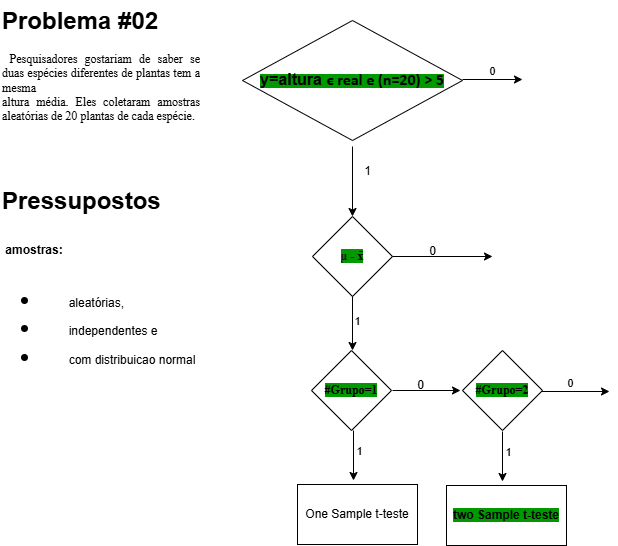
The draw.io diagram diagrams/Untitled Diagram.drawio.png in stick35em10/Exemplos_para_os_Testes_de_Hip-teses, before a commit. Source tidied: cells renumbered, new cells last; positions are measured from the earlier drawing's top-left corner, leaving out a move shared by most shapes.
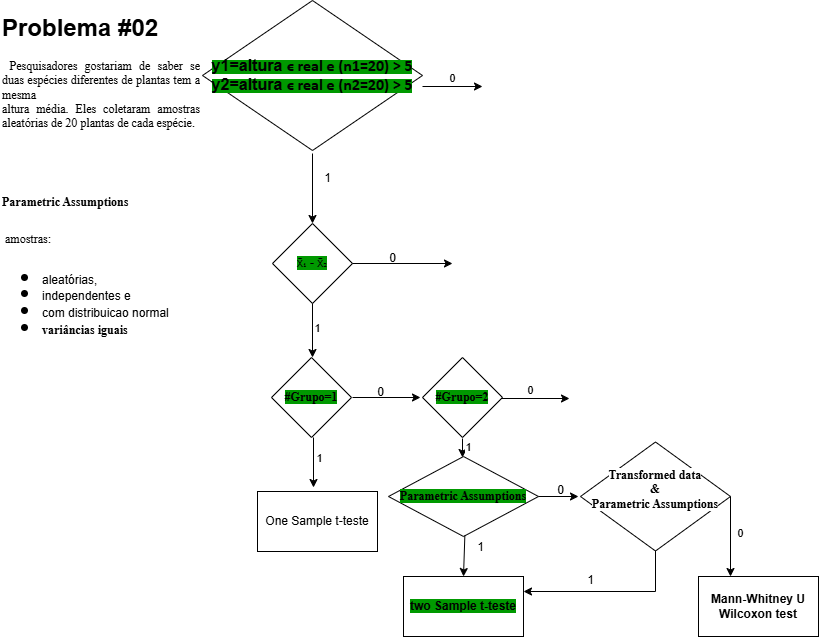
After the change.

The edit, as a diff of the source:
```diff
@@ -1,100 +1,137 @@
 <mxGraphModel>
   <root>
-    <mxCell id="0" />
-    <mxCell id="1" parent="0" />
-    <mxCell id="2" value="&lt;span style=&quot;background-color: rgb(0, 153, 0);&quot;&gt;&lt;b style=&quot;&quot;&gt;&lt;span style=&quot;font-size: 12pt; line-height: 115%;&quot;&gt;y=altura&amp;nbsp;&lt;/span&gt;&lt;span style=&quot;font-size: 12pt; line-height: 115%; font-family: Calibri, sans-serif;&quot;&gt;ϵ&lt;/span&gt;&lt;span style=&quot;font-size: 12pt; line-height: 115%; font-family: Calibri, sans-serif;&quot;&gt; real e (n=20) &amp;gt; 5&lt;/span&gt;&lt;/b&gt;&lt;/span&gt;" style="rhombus;whiteSpace=wrap;html=1;" parent="1" vertex="1">
-      <mxGeometry x="242" y="20" width="220" height="120" as="geometry" />
-    </mxCell>
-    <mxCell id="3" style="endArrow=classic;html=1;rounded=0;exitX=1;exitY=0.5;exitDx=0;exitDy=0;" parent="1" edge="1">
-      <mxGeometry relative="1" as="geometry">
-        <mxPoint x="462" y="79" as="sourcePoint" />
-        <mxPoint x="522" y="79" as="targetPoint" />
-      </mxGeometry>
-    </mxCell>
-    <mxCell id="4" value="0" style="edgeLabel;html=1;align=center;verticalAlign=middle;" parent="3" vertex="1">
-      <mxGeometry x="-0.04" y="9" relative="1" as="geometry" />
-    </mxCell>
-    <mxCell id="5" style="endArrow=classic;html=1;rounded=0;exitX=0.5;exitY=1;exitDx=0;exitDy=0;" parent="1" edge="1">
-      <mxGeometry relative="1" as="geometry">
-        <mxPoint x="352" y="146" as="sourcePoint" />
-        <mxPoint x="352" y="216" as="targetPoint" />
-      </mxGeometry>
-    </mxCell>
-    <mxCell id="6" value="1" style="text;html=1;align=center;verticalAlign=middle;strokeColor=none;fillColor=none;" parent="1" vertex="1">
-      <mxGeometry x="352" y="156" width="30" height="30" as="geometry" />
-    </mxCell>
-    <mxCell id="7" value="&lt;font face=&quot;Times New Roman&quot;&gt;&lt;span style=&quot;background-color: rgb(0, 153, 0);&quot;&gt;&lt;b&gt;&lt;font style=&quot;color: rgb(26, 26, 26);&quot;&gt;μ -&lt;/font&gt;&lt;font style=&quot;color: rgb(0, 0, 0);&quot;&gt; x̄&lt;/font&gt;&lt;/b&gt;&lt;/span&gt;&lt;/font&gt;" style="rhombus;whiteSpace=wrap;html=1;" parent="1" vertex="1">
-      <mxGeometry x="312" y="216" width="80" height="80" as="geometry" />
-    </mxCell>
-    <mxCell id="8" style="endArrow=classic;html=1;rounded=0;exitX=1;exitY=0.5;exitDx=0;exitDy=0;" parent="1" edge="1" source="7">
-      <mxGeometry relative="1" as="geometry">
-        <mxPoint x="492" y="256" as="targetPoint" />
-      </mxGeometry>
-    </mxCell>
-    <mxCell id="9" value="0" style="text;html=1;align=center;verticalAlign=middle;strokeColor=none;fillColor=none;" parent="1" vertex="1">
-      <mxGeometry x="417" y="236" width="30" height="30" as="geometry" />
-    </mxCell>
-    <mxCell id="10" style="endArrow=classic;html=1;rounded=0;exitX=0.5;exitY=1;exitDx=0;exitDy=0;" parent="1" edge="1" source="7">
-      <mxGeometry relative="1" as="geometry">
-        <mxPoint x="352" y="350" as="targetPoint" />
-      </mxGeometry>
-    </mxCell>
-    <mxCell id="11" value="1" style="edgeLabel;html=1;align=center;verticalAlign=middle;" parent="10" vertex="1">
-      <mxGeometry x="-0.12" y="4" relative="1" as="geometry" />
-    </mxCell>
+    <mxCell id="26" />
+    <mxCell id="27" parent="26" />
+    <mxCell id="28" value="&lt;span style=&quot;background-color: rgb(0, 153, 0);&quot;&gt;&lt;b style=&quot;&quot;&gt;&lt;span style=&quot;font-size: 12pt; line-height: 115%;&quot;&gt;y1=altura&amp;nbsp;&lt;/span&gt;&lt;span style=&quot;font-size: 12pt; line-height: 115%; font-family: Calibri, sans-serif;&quot;&gt;ϵ&lt;/span&gt;&lt;span style=&quot;font-size: 12pt; line-height: 115%; font-family: Calibri, sans-serif;&quot;&gt; real e (n1=20) &amp;gt; 5&lt;/span&gt;&lt;/b&gt;&lt;/span&gt;&lt;div&gt;&lt;span style=&quot;background-color: rgb(0, 153, 0);&quot;&gt;&lt;b&gt;&lt;span style=&quot;font-size: 12pt; line-height: 18.4px;&quot;&gt;y2=altura&amp;nbsp;&lt;/span&gt;&lt;span style=&quot;font-size: 12pt; line-height: 18.4px; font-family: Calibri, sans-serif;&quot;&gt;ϵ&lt;/span&gt;&lt;span style=&quot;font-size: 12pt; line-height: 18.4px; font-family: Calibri, sans-serif;&quot;&gt;&amp;nbsp;real e (n2=20) &amp;gt; 5&lt;/span&gt;&lt;/b&gt;&lt;b style=&quot;&quot;&gt;&lt;span style=&quot;font-size: 12pt; line-height: 115%; font-family: Calibri, sans-serif;&quot;&gt;&lt;/span&gt;&lt;/b&gt;&lt;/span&gt;&lt;/div&gt;" style="rhombus;whiteSpace=wrap;html=1;" parent="27" vertex="1">
+      <mxGeometry x="242" y="-7" width="220" height="150" as="geometry" />
+    </mxCell>
+    <mxCell id="29" style="endArrow=classic;html=1;rounded=0;exitX=1;exitY=0.5;exitDx=0;exitDy=0;" parent="27" edge="1">
+      <mxGeometry relative="1" as="geometry">
+        <mxPoint x="462" y="79" as="sourcePoint" />
+        <mxPoint x="522" y="79" as="targetPoint" />
+      </mxGeometry>
+    </mxCell>
+    <mxCell id="30" value="0" style="edgeLabel;html=1;align=center;verticalAlign=middle;" parent="29" vertex="1">
+      <mxGeometry x="-0.04" y="9" relative="1" as="geometry" />
+    </mxCell>
+    <mxCell id="31" style="endArrow=classic;html=1;rounded=0;exitX=0.5;exitY=1;exitDx=0;exitDy=0;" parent="27" edge="1">
+      <mxGeometry relative="1" as="geometry">
+        <mxPoint x="352" y="146" as="sourcePoint" />
+        <mxPoint x="352" y="216" as="targetPoint" />
+      </mxGeometry>
+    </mxCell>
+    <mxCell id="32" value="1" style="text;html=1;align=center;verticalAlign=middle;strokeColor=none;fillColor=none;" parent="27" vertex="1">
+      <mxGeometry x="352" y="156" width="30" height="30" as="geometry" />
+    </mxCell>
+    <mxCell id="33" value="&lt;span style=&quot;background-color: rgb(0, 153, 0);&quot;&gt;x̄₁ - x̄₂&lt;/span&gt;" style="rhombus;whiteSpace=wrap;html=1;" parent="27" vertex="1">
+      <mxGeometry x="312" y="216" width="80" height="80" as="geometry" />
+    </mxCell>
+    <mxCell id="34" style="endArrow=classic;html=1;rounded=0;exitX=1;exitY=0.5;exitDx=0;exitDy=0;" parent="27" edge="1" source="33">
+      <mxGeometry relative="1" as="geometry">
+        <mxPoint x="492" y="256" as="targetPoint" />
+      </mxGeometry>
+    </mxCell>
+    <mxCell id="35" value="0" style="text;html=1;align=center;verticalAlign=middle;strokeColor=none;fillColor=none;" parent="27" vertex="1">
+      <mxGeometry x="417" y="236" width="30" height="30" as="geometry" />
+    </mxCell>
+    <mxCell id="36" style="endArrow=classic;html=1;rounded=0;exitX=0.5;exitY=1;exitDx=0;exitDy=0;" parent="27" edge="1" source="33">
+      <mxGeometry relative="1" as="geometry">
+        <mxPoint x="352" y="350" as="targetPoint" />
+      </mxGeometry>
+    </mxCell>
+    <mxCell id="37" value="1" style="edgeLabel;html=1;align=center;verticalAlign=middle;" parent="36" vertex="1">
+      <mxGeometry x="-0.12" y="4" relative="1" as="geometry" />
+    </mxCell>
-    <mxCell id="12" value="&lt;h1 style=&quot;text-align: justify; margin-top: 0px;&quot;&gt;Problema #02&lt;/h1&gt;&lt;p&gt;&lt;/p&gt;&lt;p style=&quot;text-align: justify;&quot;&gt;&lt;span style=&quot;background-color: transparent; color: light-dark(rgb(0, 0, 0), rgb(255, 255, 255));&quot;&gt;&lt;b&gt;&amp;nbsp;&lt;/b&gt;&lt;font face=&quot;Times New Roman&quot;&gt;Pesquisadores gostariam de saber se duas espécies diferentes de plantas tem a mesma&lt;br&gt;&lt;/font&gt;&lt;/span&gt;&lt;span style=&quot;background-color: transparent; color: light-dark(rgb(0, 0, 0), rgb(255, 255, 255));&quot;&gt;&lt;font face=&quot;Times New Roman&quot;&gt;altura média. Eles coletaram amostras aleatórias de 20 plantas de cada espécie.&lt;/font&gt;&lt;/span&gt;&lt;/p&gt;&lt;p&gt;&lt;/p&gt;" style="text;html=1;whiteSpace=wrap;overflow=hidden;rounded=0;" parent="1" vertex="1">
-      <mxGeometry width="200" height="160" as="geometry" />
+    <mxCell id="12" value="&lt;h1 style=&quot;text-align: justify; margin-top: 0px;&quot;&gt;Problema #02&lt;/h1&gt;&lt;p&gt;&lt;/p&gt;&lt;p style=&quot;text-align: justify;&quot;&gt;&lt;span style=&quot;background-color: transparent; color: light-dark(rgb(0, 0, 0), rgb(255, 255, 255));&quot;&gt;&lt;b&gt;&amp;nbsp;&lt;/b&gt;&lt;font face=&quot;Times New Roman&quot;&gt;Pesquisadores gostariam de saber se duas espécies diferentes de plantas tem a mesma&lt;br&gt;&lt;/font&gt;&lt;/span&gt;&lt;span style=&quot;background-color: transparent; color: light-dark(rgb(0, 0, 0), rgb(255, 255, 255));&quot;&gt;&lt;font face=&quot;Times New Roman&quot;&gt;altura média. Eles coletaram amostras aleatórias de 20 plantas de cada espécie.&lt;/font&gt;&lt;/span&gt;&lt;/p&gt;&lt;p&gt;&lt;/p&gt;" style="text;html=1;whiteSpace=wrap;overflow=hidden;rounded=0;" parent="27" vertex="1">
+      <mxGeometry x="40" width="200" height="160" as="geometry" />
     </mxCell>
-    <mxCell id="13" value="&lt;h1 style=&quot;margin-top: 0px;&quot;&gt;Pressupostos&lt;/h1&gt;&lt;h1 style=&quot;margin-top: 0px;&quot;&gt;&lt;span style=&quot;background-color: transparent; color: light-dark(rgb(0, 0, 0), rgb(255, 255, 255)); font-size: 12px; font-weight: normal;&quot;&gt;&amp;nbsp;&lt;/span&gt;&lt;span style=&quot;background-color: transparent; color: light-dark(rgb(0, 0, 0), rgb(255, 255, 255)); font-size: 12px;&quot;&gt;amostras:&lt;/span&gt;&lt;span style=&quot;background-color: transparent; color: light-dark(rgb(0, 0, 0), rgb(255, 255, 255)); font-size: 12px; font-weight: normal;&quot;&gt;&amp;nbsp;&lt;/span&gt;&lt;/h1&gt;&lt;h1 style=&quot;margin-top: 0px;&quot;&gt;&lt;ul&gt;&lt;li&gt;&lt;span style=&quot;background-color: transparent; color: light-dark(rgb(0, 0, 0), rgb(255, 255, 255)); font-size: 12px; font-weight: normal;&quot;&gt;&lt;span style=&quot;white-space: pre;&quot;&gt;&#9;&lt;/span&gt;aleatórias,&amp;nbsp;&lt;/span&gt;&lt;/li&gt;&lt;li&gt;&lt;span style=&quot;background-color: transparent; color: light-dark(rgb(0, 0, 0), rgb(255, 255, 255)); font-size: 12px; font-weight: normal;&quot;&gt;&lt;span style=&quot;white-space: pre;&quot;&gt;&#9;&lt;/span&gt;independentes e&amp;nbsp;&lt;/span&gt;&lt;/li&gt;&lt;li&gt;&lt;span style=&quot;background-color: transparent; color: light-dark(rgb(0, 0, 0), rgb(255, 255, 255)); font-size: 12px; font-weight: normal;&quot;&gt;&lt;span style=&quot;white-space: pre;&quot;&gt;&#9;&lt;/span&gt;com distribuicao normal&lt;/span&gt;&lt;/li&gt;&lt;/ul&gt;&lt;/h1&gt;" style="text;html=1;whiteSpace=wrap;overflow=hidden;rounded=0;" parent="1" vertex="1">
-      <mxGeometry y="180" width="210" height="190" as="geometry" />
-    </mxCell>
+    <mxCell id="38" value="&lt;div style=&quot;line-height: 70%;&quot;&gt;&lt;h1 style=&quot;margin-top: 0px; line-height: 70%;&quot;&gt;&lt;b style=&quot;font-family: &amp;quot;Times New Roman&amp;quot;; font-size: 12px; text-align: center;&quot;&gt;Parametric Assumptions&lt;/b&gt;&lt;font face=&quot;Times New Roman&quot;&gt;&lt;span style=&quot;background-color: transparent; color: light-dark(rgb(0, 0, 0), rgb(255, 255, 255)); font-size: 12px; font-weight: normal; line-height: 70%;&quot;&gt;&lt;/span&gt;&lt;/font&gt;&lt;/h1&gt;&lt;h1 style=&quot;margin-top: 0px; line-height: 70%;&quot;&gt;&lt;font face=&quot;Times New Roman&quot;&gt;&lt;span style=&quot;background-color: transparent; color: light-dark(rgb(0, 0, 0), rgb(255, 255, 255)); font-size: 12px; font-weight: normal; line-height: 70%;&quot;&gt;&amp;nbsp;&lt;/span&gt;&lt;span style=&quot;background-color: transparent; color: light-dark(rgb(0, 0, 0), rgb(255, 255, 255)); font-weight: normal; font-size: 12px; line-height: 70%;&quot;&gt;amostras:&lt;/span&gt;&lt;span style=&quot;background-color: transparent; color: light-dark(rgb(0, 0, 0), rgb(255, 255, 255)); font-size: 12px; font-weight: normal; line-height: 70%;&quot;&gt;&amp;nbsp;&lt;/span&gt;&lt;/font&gt;&lt;/h1&gt;&lt;h1 style=&quot;margin-top: 0px; line-height: 70%;&quot;&gt;&lt;ul&gt;&lt;li&gt;&lt;span style=&quot;background-color: transparent; color: light-dark(rgb(0, 0, 0), rgb(255, 255, 255)); font-size: 12px; font-weight: normal; line-height: 70%;&quot;&gt;aleatórias,&amp;nbsp;&lt;/span&gt;&lt;/li&gt;&lt;li&gt;&lt;span style=&quot;background-color: transparent; color: light-dark(rgb(0, 0, 0), rgb(255, 255, 255)); font-size: 12px; font-weight: normal; line-height: 70%;&quot;&gt;independentes e&amp;nbsp;&lt;/span&gt;&lt;/li&gt;&lt;li&gt;&lt;span style=&quot;background-color: transparent; color: light-dark(rgb(0, 0, 0), rgb(255, 255, 255)); font-size: 12px; font-weight: normal; line-height: 70%;&quot;&gt;com distribuicao normal&lt;/span&gt;&lt;/li&gt;&lt;li&gt;&lt;font face=&quot;Times New Roman&quot; style=&quot;font-size: 12px; line-height: 70%;&quot;&gt;variâncias iguais&lt;/font&gt;&lt;/li&gt;&lt;/ul&gt;&lt;/h1&gt;&lt;/div&gt;" style="text;html=1;whiteSpace=wrap;overflow=hidden;rounded=0;" parent="27" vertex="1">
+      <mxGeometry x="40" y="176" width="210" height="160" as="geometry" />
+    </mxCell>
-    <mxCell id="14" value="&lt;span style=&quot;background-color: rgb(0, 153, 0);&quot;&gt;&lt;b style=&quot;&quot;&gt;&lt;font face=&quot;Times New Roman&quot;&gt;#Grupo=1&lt;/font&gt;&lt;/b&gt;&lt;/span&gt;" style="rhombus;whiteSpace=wrap;html=1;" parent="1" vertex="1">
+    <mxCell id="14" value="&lt;span style=&quot;background-color: rgb(0, 153, 0);&quot;&gt;&lt;b style=&quot;&quot;&gt;&lt;font face=&quot;Times New Roman&quot;&gt;#Grupo=1&lt;/font&gt;&lt;/b&gt;&lt;/span&gt;" style="rhombus;whiteSpace=wrap;html=1;" parent="27" vertex="1">
       <mxGeometry x="311" y="350" width="80" height="80" as="geometry" />
     </mxCell>
-    <mxCell id="15" style="endArrow=classic;html=1;rounded=0;" parent="1" edge="1">
-      <mxGeometry relative="1" as="geometry">
-        <mxPoint x="392" y="390" as="sourcePoint" />
-        <mxPoint x="460" y="390" as="targetPoint" />
-      </mxGeometry>
-    </mxCell>
-    <mxCell id="16" style="endArrow=classic;html=1;rounded=0;exitX=0.475;exitY=1;exitDx=0;exitDy=0;exitPerimeter=0;" parent="1" edge="1">
-      <mxGeometry relative="1" as="geometry">
-        <mxPoint x="353" y="430" as="sourcePoint" />
-        <mxPoint x="353" y="480" as="targetPoint" />
-      </mxGeometry>
-    </mxCell>
-    <mxCell id="17" value="1" style="edgeLabel;html=1;align=center;verticalAlign=middle;" parent="16" vertex="1">
-      <mxGeometry x="-0.2" y="5" relative="1" as="geometry" />
-    </mxCell>
-    <mxCell id="18" value="0" style="text;html=1;align=center;verticalAlign=middle;strokeColor=none;fillColor=none;" parent="1" vertex="1">
-      <mxGeometry x="405" y="370" width="30" height="30" as="geometry" />
-    </mxCell>
+    <mxCell id="39" style="endArrow=classic;html=1;rounded=0;" parent="27" edge="1">
+      <mxGeometry relative="1" as="geometry">
+        <mxPoint x="392" y="390" as="sourcePoint" />
+        <mxPoint x="460" y="390" as="targetPoint" />
+      </mxGeometry>
+    </mxCell>
+    <mxCell id="40" style="endArrow=classic;html=1;rounded=0;exitX=0.475;exitY=1;exitDx=0;exitDy=0;exitPerimeter=0;" parent="27" edge="1">
+      <mxGeometry relative="1" as="geometry">
+        <mxPoint x="353" y="430" as="sourcePoint" />
+        <mxPoint x="353" y="480" as="targetPoint" />
+      </mxGeometry>
+    </mxCell>
+    <mxCell id="41" value="1" style="edgeLabel;html=1;align=center;verticalAlign=middle;" parent="40" vertex="1">
+      <mxGeometry x="-0.2" y="5" relative="1" as="geometry" />
+    </mxCell>
+    <mxCell id="42" value="0" style="text;html=1;align=center;verticalAlign=middle;strokeColor=none;fillColor=none;" parent="27" vertex="1">
+      <mxGeometry x="405" y="370" width="30" height="30" as="geometry" />
+    </mxCell>
-    <mxCell id="19" value="One Sample t-teste" style="rounded=0;whiteSpace=wrap;html=1;" parent="1" vertex="1">
+    <mxCell id="19" value="One Sample t-teste" style="rounded=0;whiteSpace=wrap;html=1;" parent="27" vertex="1">
       <mxGeometry x="297" y="484" width="120" height="60" as="geometry" />
     </mxCell>
-    <mxCell id="20" value="&lt;span style=&quot;background-color: rgb(0, 153, 0);&quot;&gt;&lt;b style=&quot;&quot;&gt;&lt;font style=&quot;&quot; face=&quot;Times New Roman&quot;&gt;#Grupo=2&lt;/font&gt;&lt;/b&gt;&lt;/span&gt;" style="rhombus;whiteSpace=wrap;html=1;" parent="1" vertex="1">
+    <mxCell id="20" value="&lt;span style=&quot;background-color: rgb(0, 153, 0);&quot;&gt;&lt;b style=&quot;&quot;&gt;&lt;font style=&quot;&quot; face=&quot;Times New Roman&quot;&gt;#Grupo=2&lt;/font&gt;&lt;/b&gt;&lt;/span&gt;" style="rhombus;whiteSpace=wrap;html=1;" parent="27" vertex="1">
       <mxGeometry x="462" y="350" width="80" height="80" as="geometry" />
     </mxCell>
-    <mxCell id="21" style="endArrow=classic;html=1;rounded=0;" parent="1" edge="1">
-      <mxGeometry relative="1" as="geometry">
-        <mxPoint x="541" y="391" as="sourcePoint" />
-        <mxPoint x="609" y="391" as="targetPoint" />
-      </mxGeometry>
-    </mxCell>
-    <mxCell id="22" value="0" style="edgeLabel;html=1;align=center;verticalAlign=middle;" parent="21" vertex="1">
-      <mxGeometry x="-0.18" y="9" relative="1" as="geometry" />
-    </mxCell>
-    <mxCell id="23" style="endArrow=classic;html=1;rounded=0;exitX=0.475;exitY=1;exitDx=0;exitDy=0;exitPerimeter=0;" parent="1" edge="1">
-      <mxGeometry relative="1" as="geometry">
-        <mxPoint x="502" y="431" as="sourcePoint" />
-        <mxPoint x="502" y="481" as="targetPoint" />
-      </mxGeometry>
-    </mxCell>
+    <mxCell id="43" style="endArrow=classic;html=1;rounded=0;" parent="27" edge="1">
+      <mxGeometry relative="1" as="geometry">
+        <mxPoint x="541" y="391" as="sourcePoint" />
+        <mxPoint x="609" y="391" as="targetPoint" />
+      </mxGeometry>
+    </mxCell>
+    <mxCell id="44" value="0" style="edgeLabel;html=1;align=center;verticalAlign=middle;" parent="43" vertex="1">
+      <mxGeometry x="-0.18" y="9" relative="1" as="geometry" />
+    </mxCell>
+    <mxCell id="45" style="endArrow=classic;html=1;rounded=0;exitX=0.475;exitY=1;exitDx=0;exitDy=0;exitPerimeter=0;" parent="27" edge="1">
+      <mxGeometry relative="1" as="geometry">
+        <mxPoint x="502" y="431" as="sourcePoint" />
+        <mxPoint x="502" y="450" as="targetPoint" />
+      </mxGeometry>
+    </mxCell>
-    <mxCell id="24" value="1" style="edgeLabel;html=1;align=center;verticalAlign=middle;fillColor=#009900;" parent="23" vertex="1">
+    <mxCell id="24" value="1" style="edgeLabel;html=1;align=center;verticalAlign=middle;fillColor=#009900;" parent="45" vertex="1">
       <mxGeometry x="-0.2" y="5" relative="1" as="geometry" />
     </mxCell>
-    <mxCell id="25" value="&lt;b style=&quot;background-color: rgb(0, 153, 0);&quot;&gt;two Sample t-teste&lt;/b&gt;" style="rounded=0;whiteSpace=wrap;html=1;" parent="1" vertex="1">
-      <mxGeometry x="446" y="485" width="120" height="60" as="geometry" />
+    <mxCell id="25" value="&lt;b style=&quot;background-color: rgb(0, 153, 0);&quot;&gt;two Sample t-teste&lt;/b&gt;" style="rounded=0;whiteSpace=wrap;html=1;" parent="27" vertex="1">
+      <mxGeometry x="443" y="569" width="120" height="60" as="geometry" />
     </mxCell>
+    <mxCell id="46" value="&lt;font face=&quot;Times New Roman&quot;&gt;&lt;span style=&quot;background-color: rgb(0, 153, 0);&quot;&gt;&lt;b&gt;Parametric Assumptions&lt;/b&gt;&lt;/span&gt;&lt;/font&gt;" style="rhombus;whiteSpace=wrap;html=1;" parent="27" vertex="1">
+      <mxGeometry x="428" y="449" width="150" height="80" as="geometry" />
+    </mxCell>
+    <mxCell id="47" style="endArrow=classic;html=1;rounded=0;entryX=0.5;entryY=0;entryDx=0;entryDy=0;" parent="27" edge="1" target="25">
+      <mxGeometry relative="1" as="geometry">
+        <mxPoint x="504.3" y="528.1" as="sourcePoint" />
+      </mxGeometry>
+    </mxCell>
+    <mxCell id="48" value="1" style="text;html=1;align=center;verticalAlign=middle;strokeColor=none;fillColor=none;" parent="27" vertex="1">
+      <mxGeometry x="505" y="525" width="30" height="30" as="geometry" />
+    </mxCell>
+    <mxCell id="49" style="endArrow=classic;html=1;rounded=0;exitX=1;exitY=0.5;exitDx=0;exitDy=0;entryX=1.1;entryY=0.7;entryDx=0;entryDy=0;entryPerimeter=0;" parent="27" edge="1" source="46" target="51">
+      <mxGeometry relative="1" as="geometry" />
+    </mxCell>
+    <mxCell id="50" value="&lt;b style=&quot;background-color: rgb(255, 255, 255);&quot;&gt;Mann-Whitney U&lt;/b&gt;&lt;div&gt;&lt;b style=&quot;background-color: rgb(255, 255, 255);&quot;&gt;Wilcoxon test&lt;/b&gt;&lt;/div&gt;" style="rounded=0;whiteSpace=wrap;html=1;" parent="27" vertex="1">
+      <mxGeometry x="738" y="569" width="120" height="60" as="geometry" />
+    </mxCell>
+    <mxCell id="51" value="0" style="text;html=1;align=center;verticalAlign=middle;points=[];strokeColor=none;fillColor=none;" parent="27" vertex="1">
+      <mxGeometry x="585" y="468" width="30" height="30" as="geometry" />
+    </mxCell>
+    <mxCell id="52" style="edgeStyle=orthogonalEdgeStyle;rounded=0;jettySize=auto;html=1;exitX=0.5;exitY=1;exitDx=0;exitDy=0;entryX=1;entryY=0.25;entryDx=0;entryDy=0;" parent="27" edge="1" source="53" target="25">
+      <mxGeometry relative="1" as="geometry" />
+    </mxCell>
+    <mxCell id="53" value="&lt;font face=&quot;Times New Roman&quot;&gt;&lt;span style=&quot;background-color: rgb(255, 255, 255);&quot;&gt;&lt;b style=&quot;&quot;&gt;Transformed data&lt;/b&gt;&lt;/span&gt;&lt;/font&gt;&lt;div&gt;&lt;font face=&quot;Times New Roman&quot;&gt;&lt;b style=&quot;background-color: rgb(255, 255, 255);&quot;&gt;&amp;amp;&lt;/b&gt;&lt;/font&gt;&lt;/div&gt;&lt;div&gt;&lt;font face=&quot;Times New Roman&quot;&gt;&lt;b style=&quot;background-color: rgb(255, 255, 255);&quot;&gt;Parametric Assumptions&lt;br&gt;&lt;/b&gt;&lt;/font&gt;&lt;div&gt;&lt;font face=&quot;Times New Roman&quot;&gt;&lt;span style=&quot;background-color: rgb(0, 153, 0);&quot;&gt;&lt;b&gt;&lt;br&gt;&lt;/b&gt;&lt;/span&gt;&lt;/font&gt;&lt;/div&gt;&lt;/div&gt;" style="rhombus;whiteSpace=wrap;html=1;" parent="27" vertex="1">
+      <mxGeometry x="620" y="434.5" width="150" height="109" as="geometry" />
+    </mxCell>
+    <mxCell id="54" style="endArrow=classic;html=1;rounded=0;exitX=1;exitY=0.5;exitDx=0;exitDy=0;entryX=0.5;entryY=0;entryDx=0;entryDy=0;" parent="27" edge="1" source="53">
+      <mxGeometry relative="1" as="geometry">
+        <mxPoint x="770" y="569" as="targetPoint" />
+      </mxGeometry>
+    </mxCell>
+    <mxCell id="55" value="0" style="edgeLabel;html=1;align=center;verticalAlign=middle;" parent="54" vertex="1">
+      <mxGeometry x="-0.1" y="9" relative="1" as="geometry" />
+    </mxCell>
+    <mxCell id="56" value="1" style="text;html=1;align=center;verticalAlign=middle;strokeColor=none;fillColor=none;" parent="27" vertex="1">
+      <mxGeometry x="615" y="558" width="30" height="30" as="geometry" />
+    </mxCell>
   </root>
 </mxGraphModel>
```
